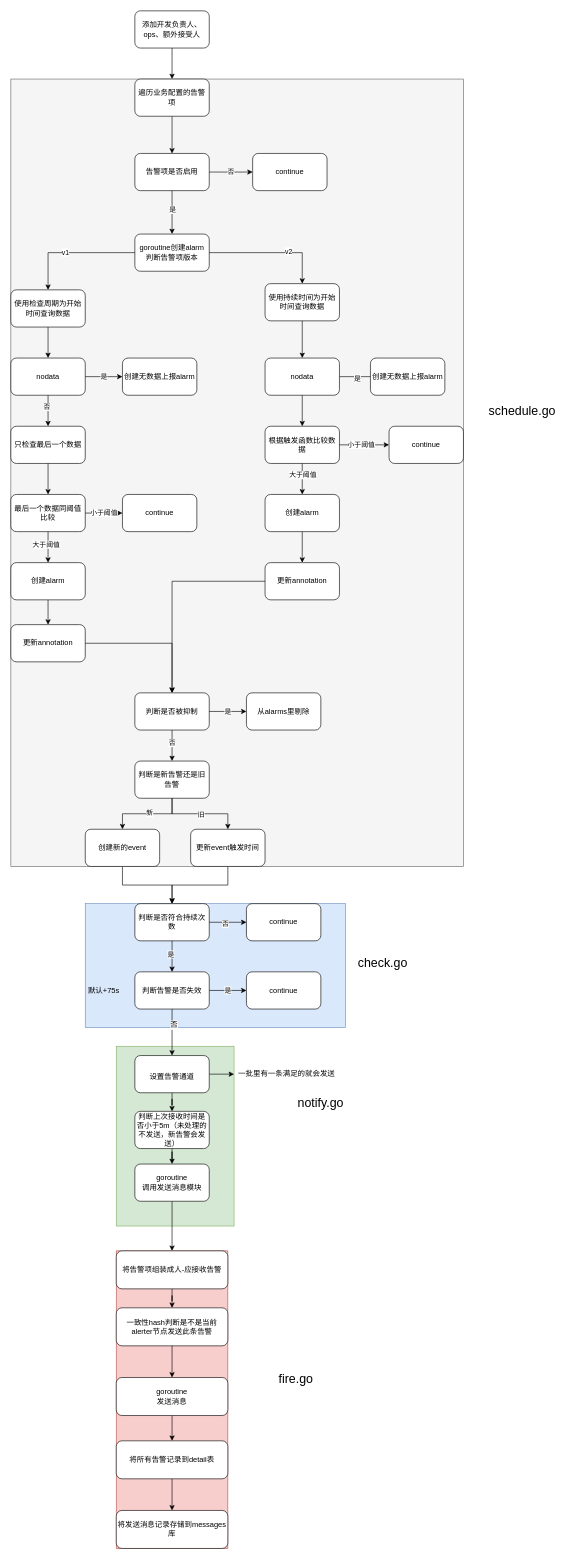
The draw.io diagram alarm流程.drawio in wupei-w/diagrams, before the edit. Source tidied: cells renumbered, new cells numbered last; positions are measured from the earlier drawing's top-left corner, leaving out a move shared by most shapes. Both pictures are drawn from the tidied source at 62%, with x=0, y=0 at pixel (11, 11).
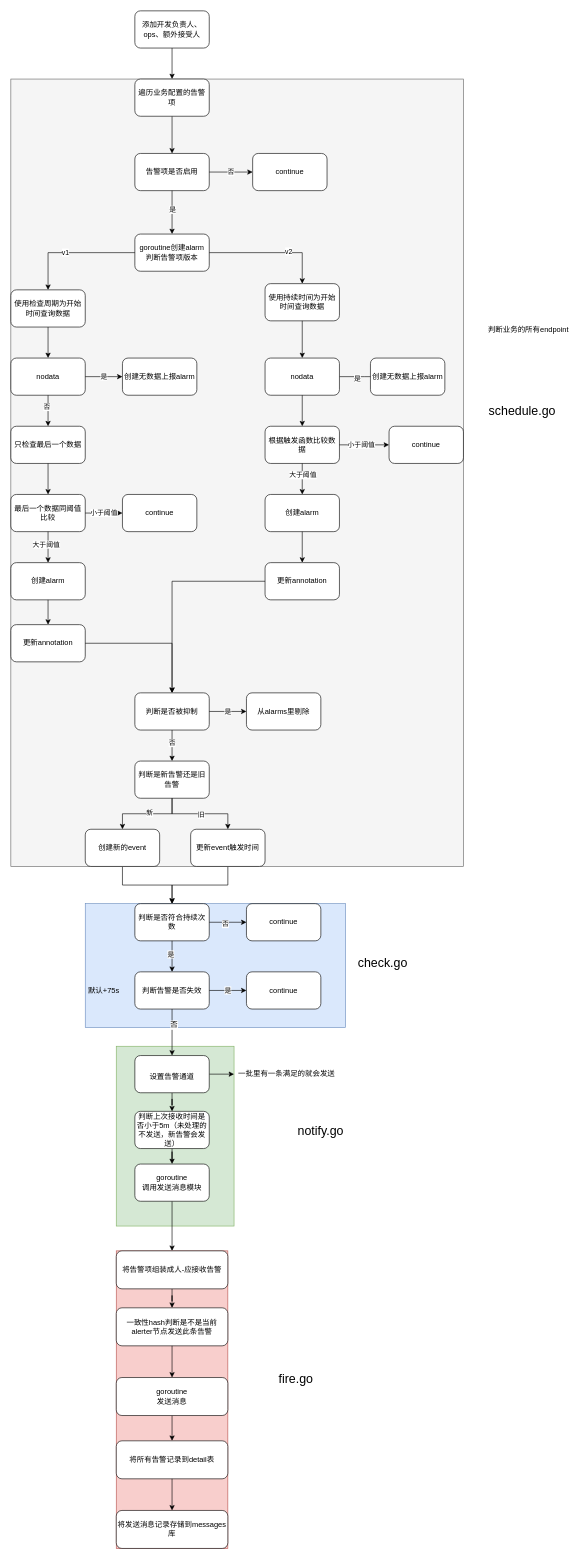
Above is the later version.

Change to the diagram source:
```diff
@@
     <mxCell id="80" value="notify.go" style="text;html=1;strokeColor=none;fillColor=none;align=center;verticalAlign=middle;whiteSpace=wrap;rounded=0;fontSize=20;" parent="1" vertex="1">
-      <mxGeometry x="470" y="1745" width="60" height="30" as="geometry" />
+      <mxGeometry x="470" y="1790" width="60" height="30" as="geometry" />
     </mxCell>
@@
+    <mxCell id="103" value="判断业务的所有endpoint" style="text;html=1;strokeColor=none;fillColor=none;align=center;verticalAlign=middle;whiteSpace=wrap;rounded=0;fontSize=12;" parent="1" vertex="1">
+      <mxGeometry x="760" y="500" width="150" height="30" as="geometry" />
+    </mxCell>
```
